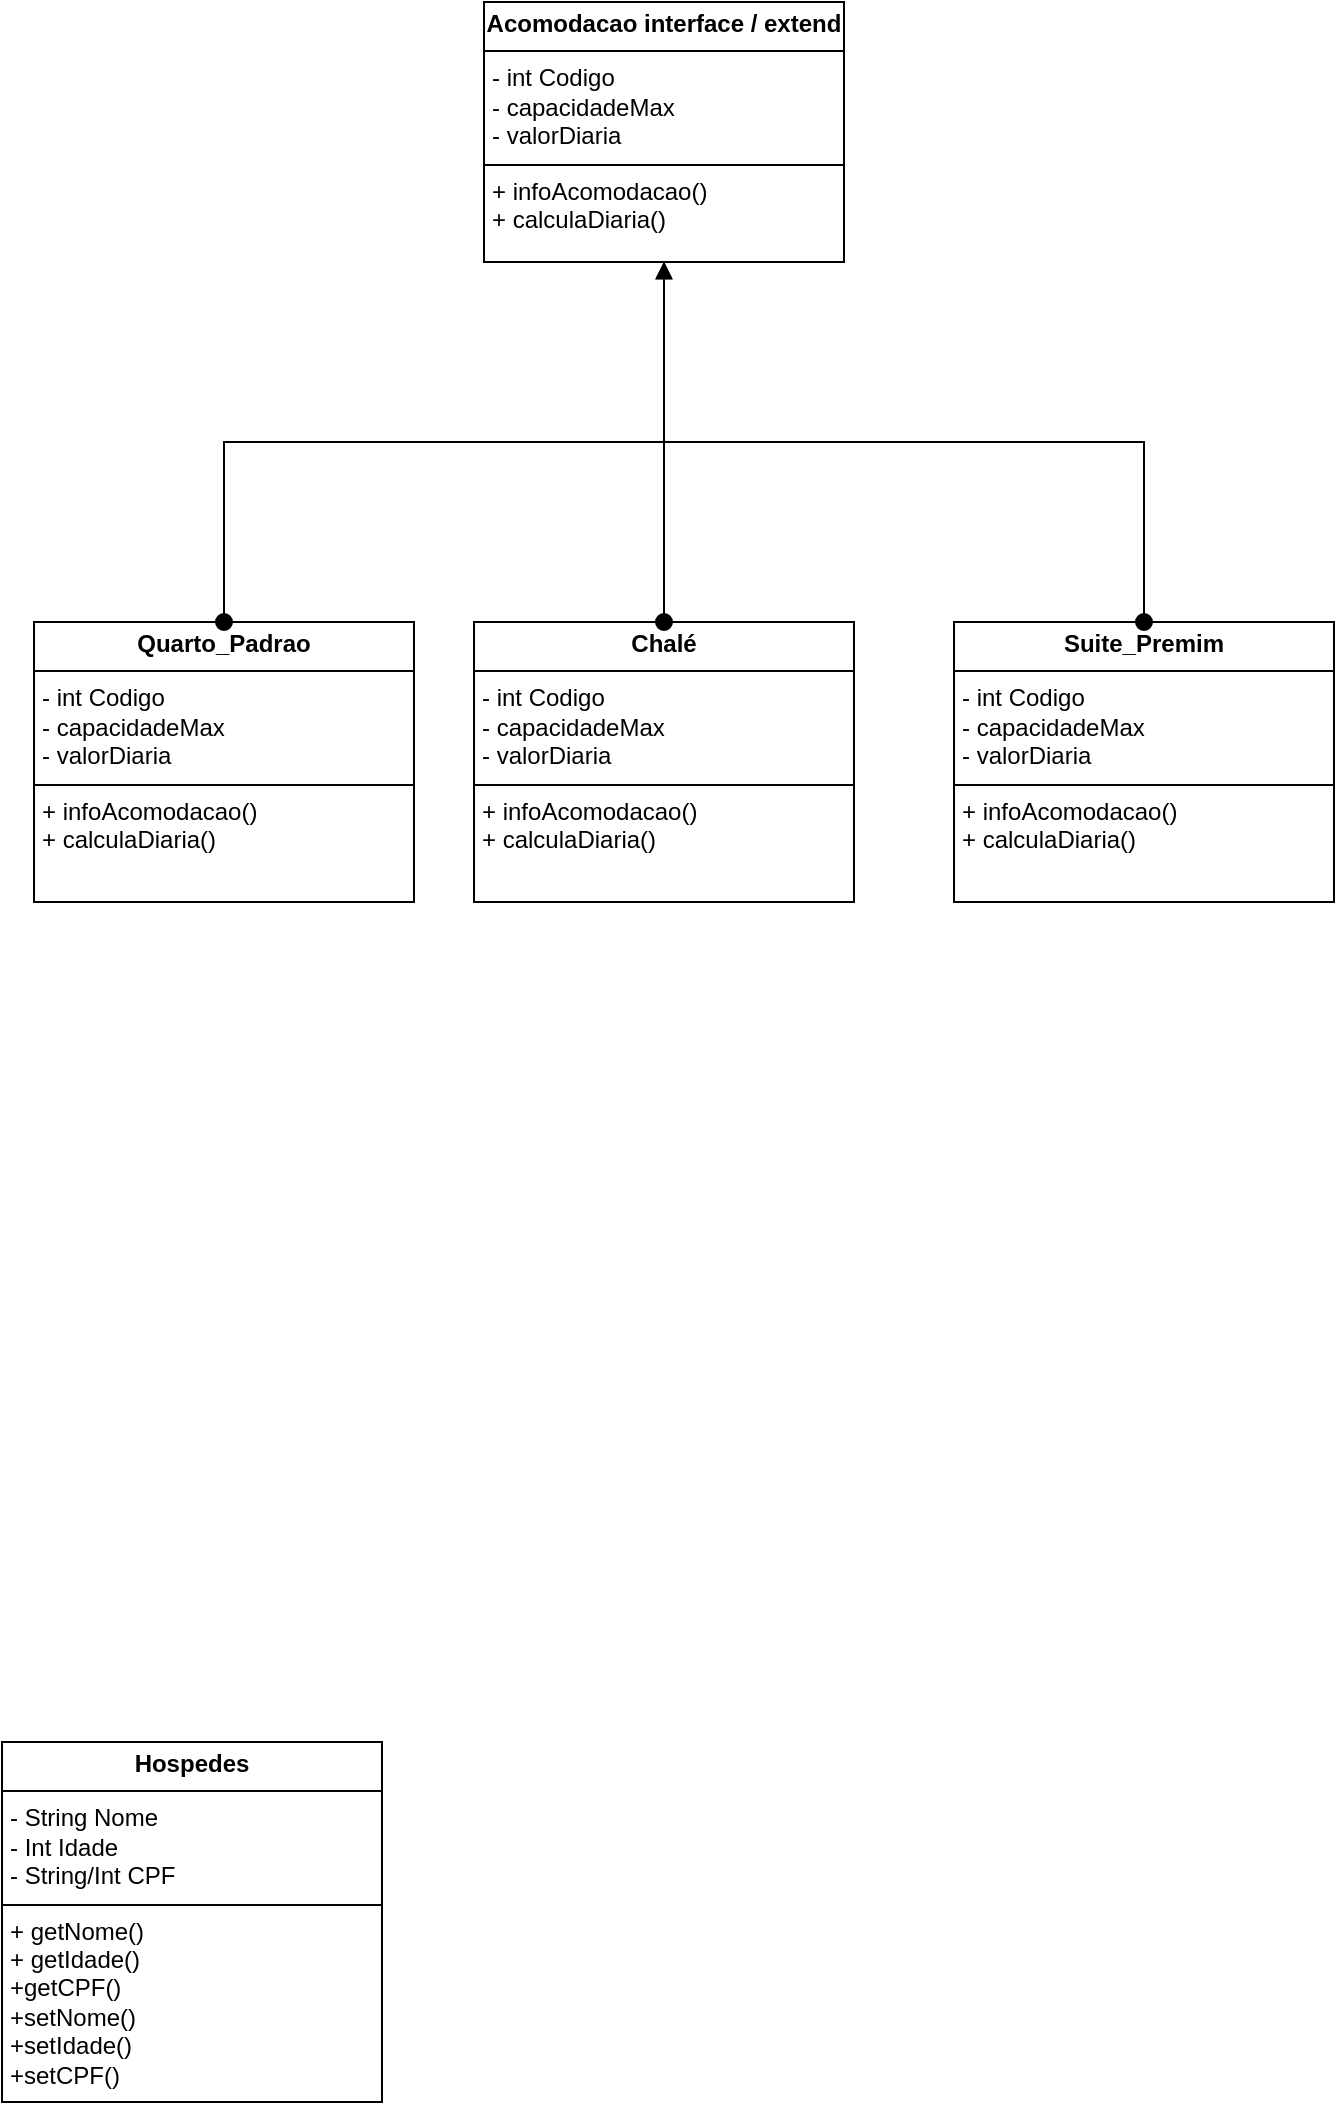
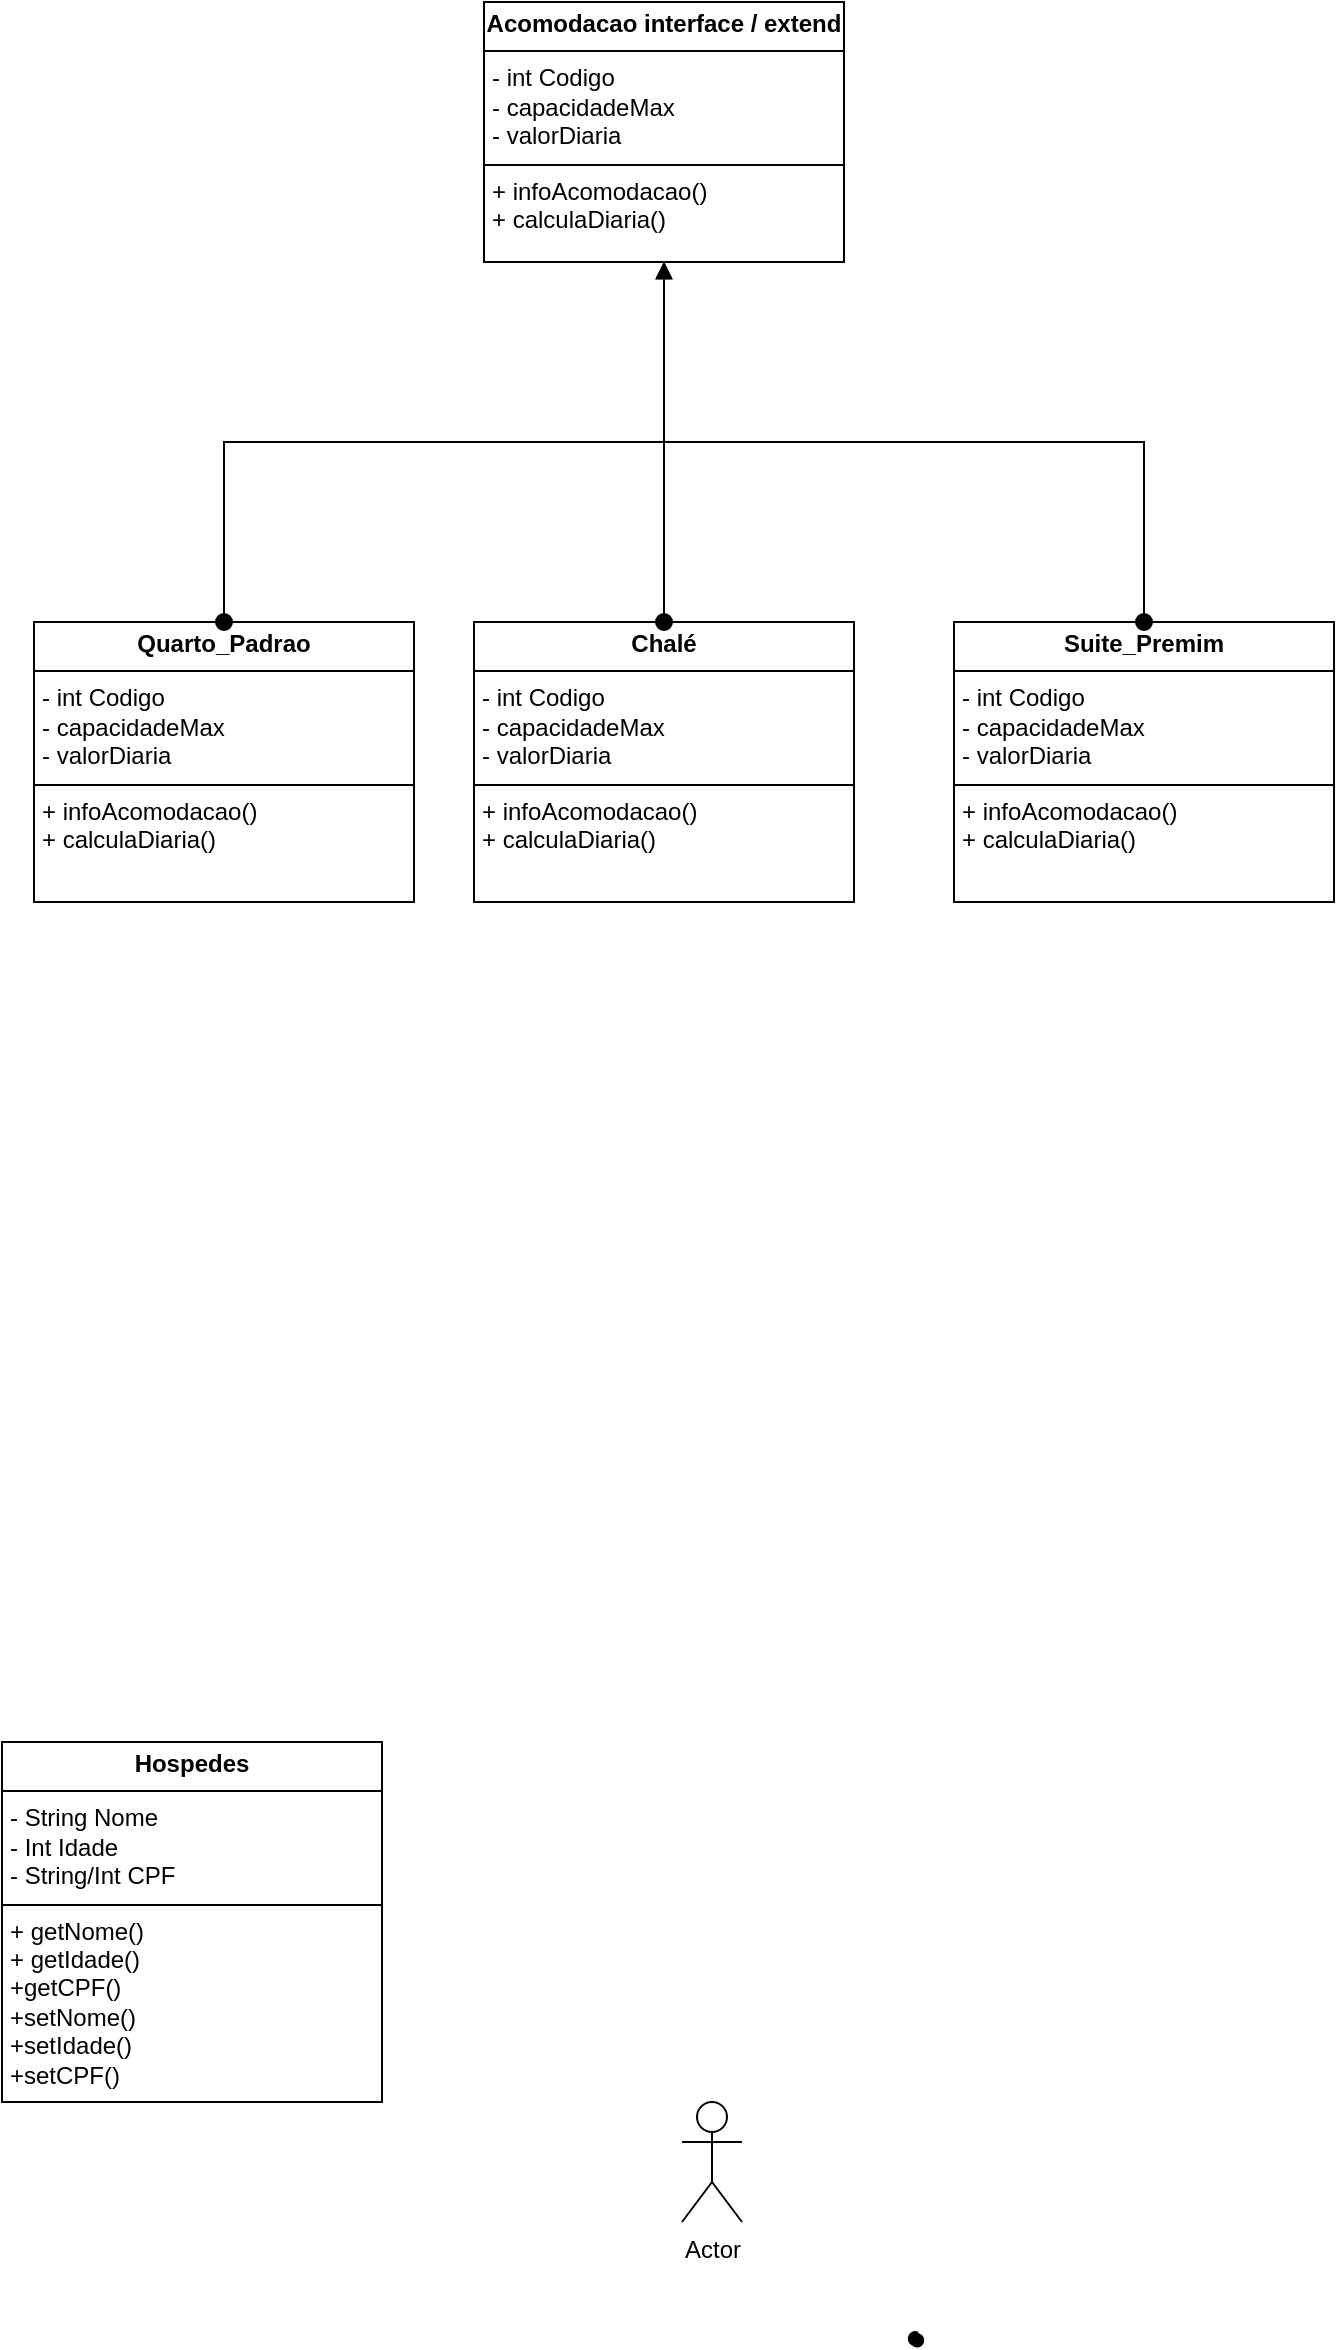
<mxfile host="app.diagrams.net">
  <diagram name="Página-1" id="pfKXl4P_UqSdcH_WyVWA">
-     <mxGraphModel dx="1911" dy="2238" grid="1" gridSize="10" guides="1" tooltips="1" connect="1" arrows="1" fold="1" page="1" pageScale="1" pageWidth="827" pageHeight="1169" math="0" shadow="0">
+     <mxGraphModel dx="1585" dy="2034" grid="1" gridSize="10" guides="1" tooltips="1" connect="1" arrows="1" fold="1" page="1" pageScale="1" pageWidth="827" pageHeight="1169" math="0" shadow="0">
      <root>
        <mxCell id="0" />
        <mxCell id="1" parent="0" />
        <mxCell id="Id_M44g03FQimkMb4RDI-2" parent="1" style="verticalAlign=top;align=left;overflow=fill;html=1;whiteSpace=wrap;" value="&lt;p style=&quot;margin:0px;margin-top:4px;text-align:center;&quot;&gt;&lt;b&gt;Hospedes&lt;/b&gt;&lt;/p&gt;&lt;hr size=&quot;1&quot; style=&quot;border-style:solid;&quot;&gt;&lt;p style=&quot;margin:0px;margin-left:4px;&quot;&gt;- String Nome&lt;br&gt;- Int Idade&lt;/p&gt;&lt;p style=&quot;margin:0px;margin-left:4px;&quot;&gt;- String/Int CPF&lt;/p&gt;&lt;hr size=&quot;1&quot; style=&quot;border-style:solid;&quot;&gt;&lt;p style=&quot;margin:0px;margin-left:4px;&quot;&gt;+ getNome()&lt;br&gt;+ getIdade()&lt;/p&gt;&lt;p style=&quot;margin:0px;margin-left:4px;&quot;&gt;+getCPF()&lt;/p&gt;&lt;p style=&quot;margin:0px;margin-left:4px;&quot;&gt;+setNome()&lt;/p&gt;&lt;p style=&quot;margin:0px;margin-left:4px;&quot;&gt;+setIdade()&lt;/p&gt;&lt;p style=&quot;margin:0px;margin-left:4px;&quot;&gt;+setCPF()&lt;/p&gt;" vertex="1">
          <mxGeometry height="180" width="190" x="90" y="860" as="geometry" />
        </mxCell>
        <mxCell id="Id_M44g03FQimkMb4RDI-3" parent="1" style="verticalAlign=top;align=left;overflow=fill;html=1;whiteSpace=wrap;" value="&lt;p style=&quot;margin:0px;margin-top:4px;text-align:center;&quot;&gt;&lt;b&gt;Acomodacao interface / extend&lt;/b&gt;&lt;/p&gt;&lt;hr size=&quot;1&quot; style=&quot;border-style:solid;&quot;&gt;&lt;p style=&quot;margin:0px;margin-left:4px;&quot;&gt;- int Codigo&lt;br&gt;- capacidadeMax&lt;/p&gt;&lt;p style=&quot;margin:0px;margin-left:4px;&quot;&gt;- valorDiaria&lt;/p&gt;&lt;hr size=&quot;1&quot; style=&quot;border-style:solid;&quot;&gt;&lt;p style=&quot;margin:0px;margin-left:4px;&quot;&gt;+ infoAcomodacao()&lt;br&gt;+ calculaDiaria()&lt;/p&gt;" vertex="1">
          <mxGeometry height="130" width="180" x="331" y="-10" as="geometry" />
        </mxCell>
        <mxCell id="Id_M44g03FQimkMb4RDI-4" parent="1" style="verticalAlign=top;align=left;overflow=fill;html=1;whiteSpace=wrap;" value="&lt;p style=&quot;margin:0px;margin-top:4px;text-align:center;&quot;&gt;&lt;b&gt;Quarto_Padrao&lt;/b&gt;&lt;/p&gt;&lt;hr size=&quot;1&quot; style=&quot;border-style:solid;&quot;&gt;&lt;p style=&quot;margin: 0px 0px 0px 4px;&quot;&gt;- int Codigo&lt;br&gt;- capacidadeMax&lt;/p&gt;&lt;p style=&quot;margin: 0px 0px 0px 4px;&quot;&gt;- valorDiaria&lt;/p&gt;&lt;hr size=&quot;1&quot; style=&quot;border-style:solid;&quot;&gt;&lt;p style=&quot;margin:0px;margin-left:4px;&quot;&gt;+ infoAcomodacao()&lt;br&gt;+ calculaDiaria()&lt;/p&gt;" vertex="1">
          <mxGeometry height="140" width="190" x="106" y="300" as="geometry" />
        </mxCell>
        <mxCell id="Id_M44g03FQimkMb4RDI-5" edge="1" parent="1" source="Id_M44g03FQimkMb4RDI-4" style="html=1;verticalAlign=bottom;startArrow=oval;startFill=1;endArrow=block;startSize=8;rounded=0;exitX=0.5;exitY=0;exitDx=0;exitDy=0;entryX=0.5;entryY=1;entryDx=0;entryDy=0;edgeStyle=orthogonalEdgeStyle;" target="Id_M44g03FQimkMb4RDI-3" value="">
          <mxGeometry relative="1" width="60" as="geometry">
            <mxPoint x="196" y="240" as="sourcePoint" />
            <mxPoint x="256" y="240" as="targetPoint" />
          </mxGeometry>
        </mxCell>
        <mxCell id="Id_M44g03FQimkMb4RDI-6" parent="1" style="verticalAlign=top;align=left;overflow=fill;html=1;whiteSpace=wrap;" value="&lt;p style=&quot;margin:0px;margin-top:4px;text-align:center;&quot;&gt;&lt;b&gt;Chalé&lt;/b&gt;&lt;/p&gt;&lt;hr size=&quot;1&quot; style=&quot;border-style:solid;&quot;&gt;&lt;p style=&quot;margin: 0px 0px 0px 4px;&quot;&gt;- int Codigo&lt;br&gt;- capacidadeMax&lt;/p&gt;&lt;p style=&quot;margin: 0px 0px 0px 4px;&quot;&gt;- valorDiaria&lt;/p&gt;&lt;hr size=&quot;1&quot; style=&quot;border-style:solid;&quot;&gt;&lt;p style=&quot;margin:0px;margin-left:4px;&quot;&gt;+ infoAcomodacao()&lt;br&gt;+ calculaDiaria()&lt;/p&gt;" vertex="1">
          <mxGeometry height="140" width="190" x="326" y="300" as="geometry" />
        </mxCell>
        <mxCell id="Id_M44g03FQimkMb4RDI-7" edge="1" parent="1" source="Id_M44g03FQimkMb4RDI-6" style="html=1;verticalAlign=bottom;startArrow=oval;startFill=1;endArrow=block;startSize=8;rounded=0;exitX=0.5;exitY=0;exitDx=0;exitDy=0;edgeStyle=orthogonalEdgeStyle;entryX=0.5;entryY=1;entryDx=0;entryDy=0;" target="Id_M44g03FQimkMb4RDI-3" value="">
          <mxGeometry relative="1" width="60" as="geometry">
            <mxPoint x="426" y="270" as="sourcePoint" />
            <mxPoint x="346" y="130" as="targetPoint" />
          </mxGeometry>
        </mxCell>
        <mxCell id="Id_M44g03FQimkMb4RDI-8" parent="1" style="verticalAlign=top;align=left;overflow=fill;html=1;whiteSpace=wrap;" value="&lt;p style=&quot;margin:0px;margin-top:4px;text-align:center;&quot;&gt;&lt;b&gt;Suite_Premim&lt;/b&gt;&lt;/p&gt;&lt;hr size=&quot;1&quot; style=&quot;border-style:solid;&quot;&gt;&lt;p style=&quot;margin: 0px 0px 0px 4px;&quot;&gt;- int Codigo&lt;br&gt;- capacidadeMax&lt;/p&gt;&lt;p style=&quot;margin: 0px 0px 0px 4px;&quot;&gt;- valorDiaria&lt;/p&gt;&lt;hr size=&quot;1&quot; style=&quot;border-style:solid;&quot;&gt;&lt;p style=&quot;margin:0px;margin-left:4px;&quot;&gt;+ infoAcomodacao()&lt;br&gt;+ calculaDiaria()&lt;/p&gt;" vertex="1">
          <mxGeometry height="140" width="190" x="566" y="300" as="geometry" />
        </mxCell>
        <mxCell id="Id_M44g03FQimkMb4RDI-9" edge="1" parent="1" source="Id_M44g03FQimkMb4RDI-8" style="html=1;verticalAlign=bottom;startArrow=oval;startFill=1;endArrow=block;startSize=8;rounded=0;exitX=0.5;exitY=0;exitDx=0;exitDy=0;edgeStyle=orthogonalEdgeStyle;entryX=0.5;entryY=1;entryDx=0;entryDy=0;" target="Id_M44g03FQimkMb4RDI-3" value="">
          <mxGeometry relative="1" width="60" as="geometry">
            <mxPoint as="offset" />
            <mxPoint x="693" y="160" as="sourcePoint" />
            <mxPoint x="688" y="-20" as="targetPoint" />
          </mxGeometry>
        </mxCell>
+         <mxCell id="aA40zbRNFf3hy5SK9_sS-9" parent="1" style="shape=umlActor;verticalLabelPosition=bottom;verticalAlign=top;html=1;outlineConnect=0;" value="Actor" vertex="1">
+           <mxGeometry height="60" width="30" x="430" y="1040" as="geometry" />
+         </mxCell>
+         <mxCell id="aA40zbRNFf3hy5SK9_sS-11" parent="1" style="shape=stencil(fZbdcgIhDIWfZm8zQAg/17Z9j85U606tdqz9e/tmZ0c0uJ47xP0I5JwEBl59bp8/1kNwn6fj4W39M76ctgM/DCGM++36OJ50NPDjwKvN4bh+PR6+9i/z74/n6ctp9H74nlb4nbmSKZeJCu5vngmZ6jzzNAO7cX8FVKEsBuBKrgKg9oAE8gkCbLeUhEoEQKSUDZDLeWYRKIl8MEDRmHwfyBrBG6Amyu4+kDxxMoB3jhwgYu7TVAsVkFcWCs4CTBEoF4RctKeOxHIf8IXYpikHikAIf+MNUW94AGSSaoAoFIE3AlOyeWU+p2E5S9yfQZcQILVuQOwZdJNoS9Ls3wA5u2XZTIHECqeJ9kDpSaauRiNVcAY1QhdBzeLBli5WazpkSsBLV25uRaqWRyFawTQzRRIQYirJzq5atkBqLfouwqUxLBepthWb10vrWZY6UOAeyKCCtDV625mm9gmUC4Wc3VLJMMIE1BsA2FW9JraVlQB7n3c9oMKhCLEvIM1zBPZ25/umNQ1tVEC2G+fFCC8g398O2hNQuQlVu752DBfA+q0ptnqO5JFmeuIuo9DY7KjY71UxdJV4EntifPWorW++R/dC4t7V3DlIB5cHx2bc7eb3yvX//QNFp+bHDT/+Aw==);lineShape=1;strokeColor=default;" value="" vertex="1">
+           <mxGeometry height="7.177286486703451" width="7.188522726331799" x="543.4122098898665" y="1155.038895293755" as="geometry" />
+         </mxCell>
      </root>
    </mxGraphModel>
  </diagram>
</mxfile>
